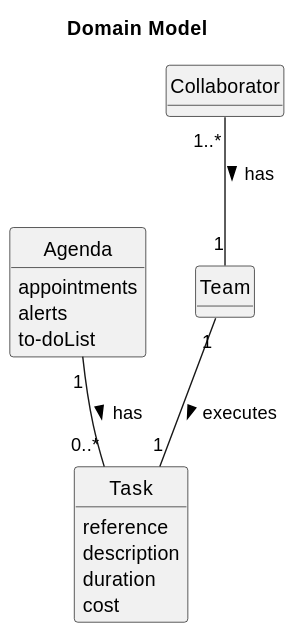
This is docs/sprintC/US029/02.analysis/svg/us029-domain-model.svg from LopemigueISEP/lei-24-s2-1nb-g312, a PlantUML export, as it was before one commit.
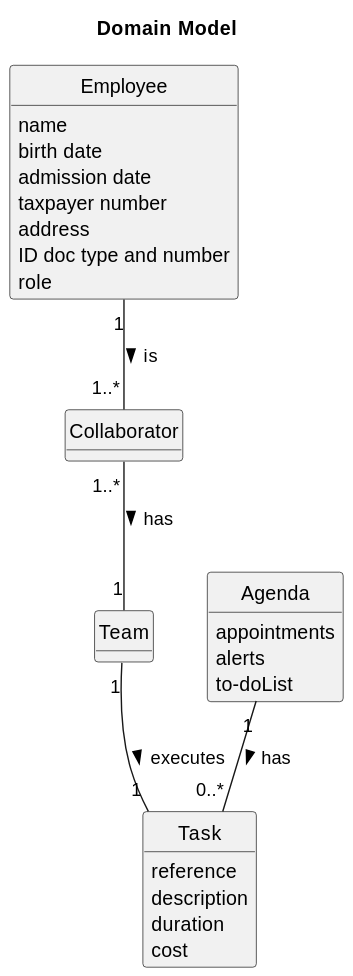
Above is the later version.

What changed in the source:
```diff
@@ -8,6 +8,16 @@
 
 title Domain Model
 
+class Employee {
+    name
+    birth date
+    contact (email/phone)
+    admission date
+    taxpayer number
+    address
+    ID doc type and number
+    role
+}
 class Agenda {
     appointments
     alerts
@@ -30,4 +40,5 @@
 Collaborator "1..*" -- "1" Team : has >
 Agenda "1" -- "0..*" Task : has >
 Team "1" -- "1" Task : executes >
+Employee "1" -- "1..*" Collaborator : is >
 @enduml
```
